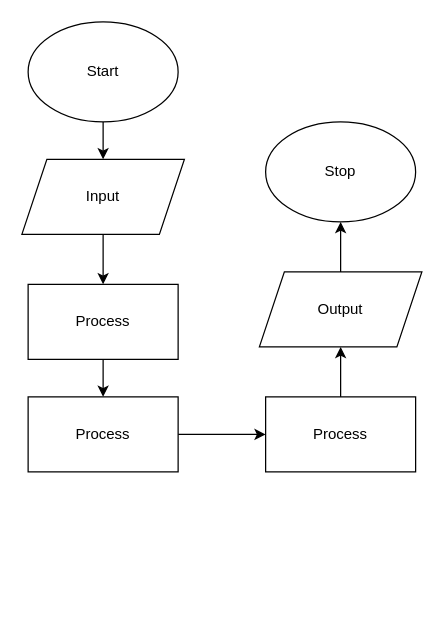
Earlier version of the draw.io diagram flowchart.drawio (Aleksandr-Ten/ICS3U-Unit3-01-Python). Source tidied: cells renumbered, new cells numbered last; positions are measured from the earlier drawing's top-left corner, leaving out a move shared by most shapes. Both pictures are drawn from the tidied source at 125%, with x=0, y=0 at pixel (21, 21).
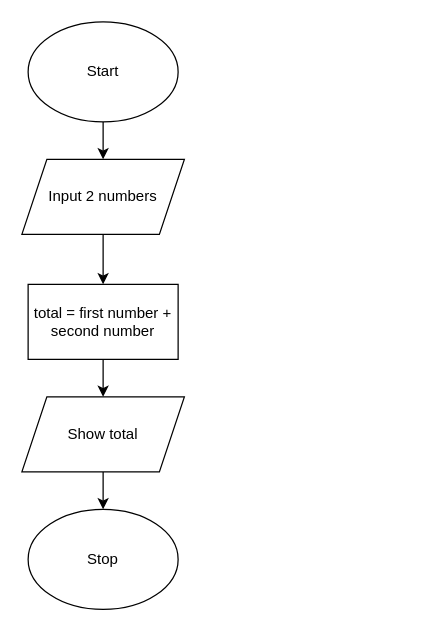
After the change.

The edit, as a diff of the source:
```diff
@@
 <mxGraphModel>
   <root>
     <mxCell id="0" />
     <mxCell id="1" parent="0" />
     <mxCell id="2" style="edgeStyle=none;html=1;exitX=0.5;exitY=1;exitDx=0;exitDy=0;" parent="1" edge="1" source="3" target="5">
       <mxGeometry relative="1" as="geometry" />
     </mxCell>
     <mxCell id="3" value="Start" style="ellipse;whiteSpace=wrap;html=1;" parent="1" vertex="1">
       <mxGeometry x="5" width="120" height="80" as="geometry" />
     </mxCell>
     <mxCell id="4" style="edgeStyle=none;html=1;exitX=0.5;exitY=1;exitDx=0;exitDy=0;entryX=0.5;entryY=0;entryDx=0;entryDy=0;" parent="1" edge="1" source="5" target="7">
       <mxGeometry relative="1" as="geometry" />
     </mxCell>
-    <mxCell id="5" value="Input" style="shape=parallelogram;perimeter=parallelogramPerimeter;whiteSpace=wrap;html=1;fixedSize=1;" parent="1" vertex="1">
+    <mxCell id="5" value="Input 2 numbers" style="shape=parallelogram;perimeter=parallelogramPerimeter;whiteSpace=wrap;html=1;fixedSize=1;" parent="1" vertex="1">
       <mxGeometry y="110" width="130" height="60" as="geometry" />
     </mxCell>
-    <mxCell id="6" style="edgeStyle=none;html=1;exitX=0.5;exitY=1;exitDx=0;exitDy=0;" parent="1" edge="1" source="7" target="9">
-      <mxGeometry relative="1" as="geometry" />
+    <mxCell id="6" style="edgeStyle=none;html=1;exitX=0.5;exitY=1;exitDx=0;exitDy=0;" parent="1" edge="1" source="7">
+      <mxGeometry relative="1" as="geometry">
+        <mxPoint x="65" y="300" as="targetPoint" />
+      </mxGeometry>
     </mxCell>
-    <mxCell id="7" value="Process" style="rounded=0;whiteSpace=wrap;html=1;" parent="1" vertex="1">
+    <mxCell id="7" value="total = first number + second number" style="rounded=0;whiteSpace=wrap;html=1;" parent="1" vertex="1">
       <mxGeometry x="5" y="210" width="120" height="60" as="geometry" />
     </mxCell>
-    <mxCell id="8" style="edgeStyle=none;html=1;exitX=1;exitY=0.5;exitDx=0;exitDy=0;entryX=0;entryY=0.5;entryDx=0;entryDy=0;" parent="1" edge="1" source="9" target="11">
-      <mxGeometry relative="1" as="geometry" />
-    </mxCell>
-    <mxCell id="9" value="Process" style="rounded=0;whiteSpace=wrap;html=1;" parent="1" vertex="1">
-      <mxGeometry x="5" y="300" width="120" height="60" as="geometry" />
-    </mxCell>
-    <mxCell id="10" style="edgeStyle=none;html=1;exitX=0.5;exitY=0;exitDx=0;exitDy=0;" parent="1" edge="1" source="11" target="13">
-      <mxGeometry relative="1" as="geometry" />
-    </mxCell>
-    <mxCell id="11" value="Process" style="rounded=0;whiteSpace=wrap;html=1;" parent="1" vertex="1">
-      <mxGeometry x="195" y="300" width="120" height="60" as="geometry" />
-    </mxCell>
     <mxCell id="12" style="edgeStyle=none;html=1;" parent="1" edge="1" source="13" target="14">
       <mxGeometry relative="1" as="geometry" />
     </mxCell>
-    <mxCell id="13" value="Output" style="shape=parallelogram;perimeter=parallelogramPerimeter;whiteSpace=wrap;html=1;fixedSize=1;" parent="1" vertex="1">
-      <mxGeometry x="190" y="200" width="130" height="60" as="geometry" />
+    <mxCell id="13" value="Show total" style="shape=parallelogram;perimeter=parallelogramPerimeter;whiteSpace=wrap;html=1;fixedSize=1;" parent="1" vertex="1">
+      <mxGeometry y="300" width="130" height="60" as="geometry" />
     </mxCell>
     <mxCell id="14" value="Stop" style="ellipse;whiteSpace=wrap;html=1;" parent="1" vertex="1">
-      <mxGeometry x="195" y="80" width="120" height="80" as="geometry" />
+      <mxGeometry x="5" y="390" width="120" height="80" as="geometry" />
     </mxCell>
   </root>
 </mxGraphModel>
```
